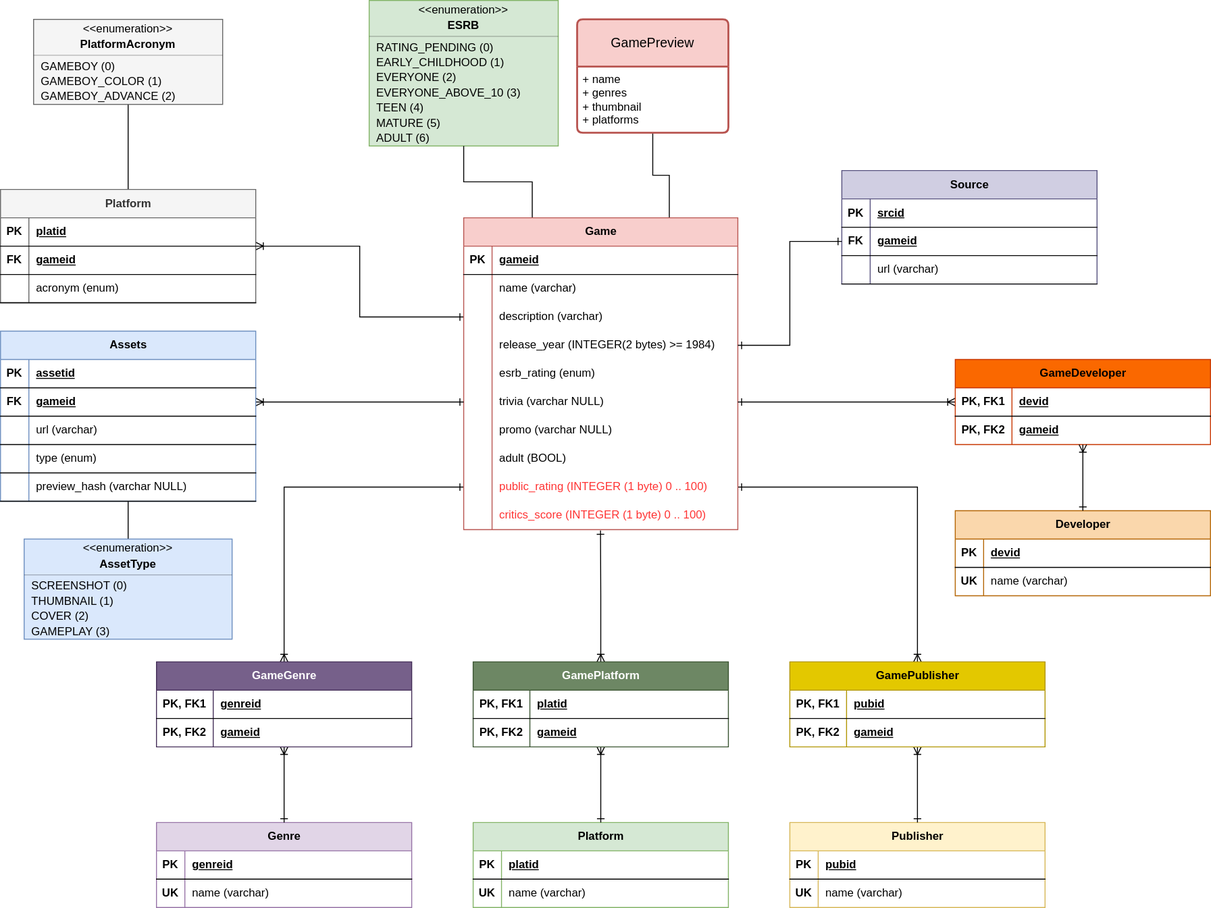
Earlier version of the draw.io export database/schema.svg (freitzzz/gameboy-db-api). Source tidied: cells renumbered, new cells last; positions are measured from the earlier drawing's top-left corner, leaving out a move shared by most shapes.
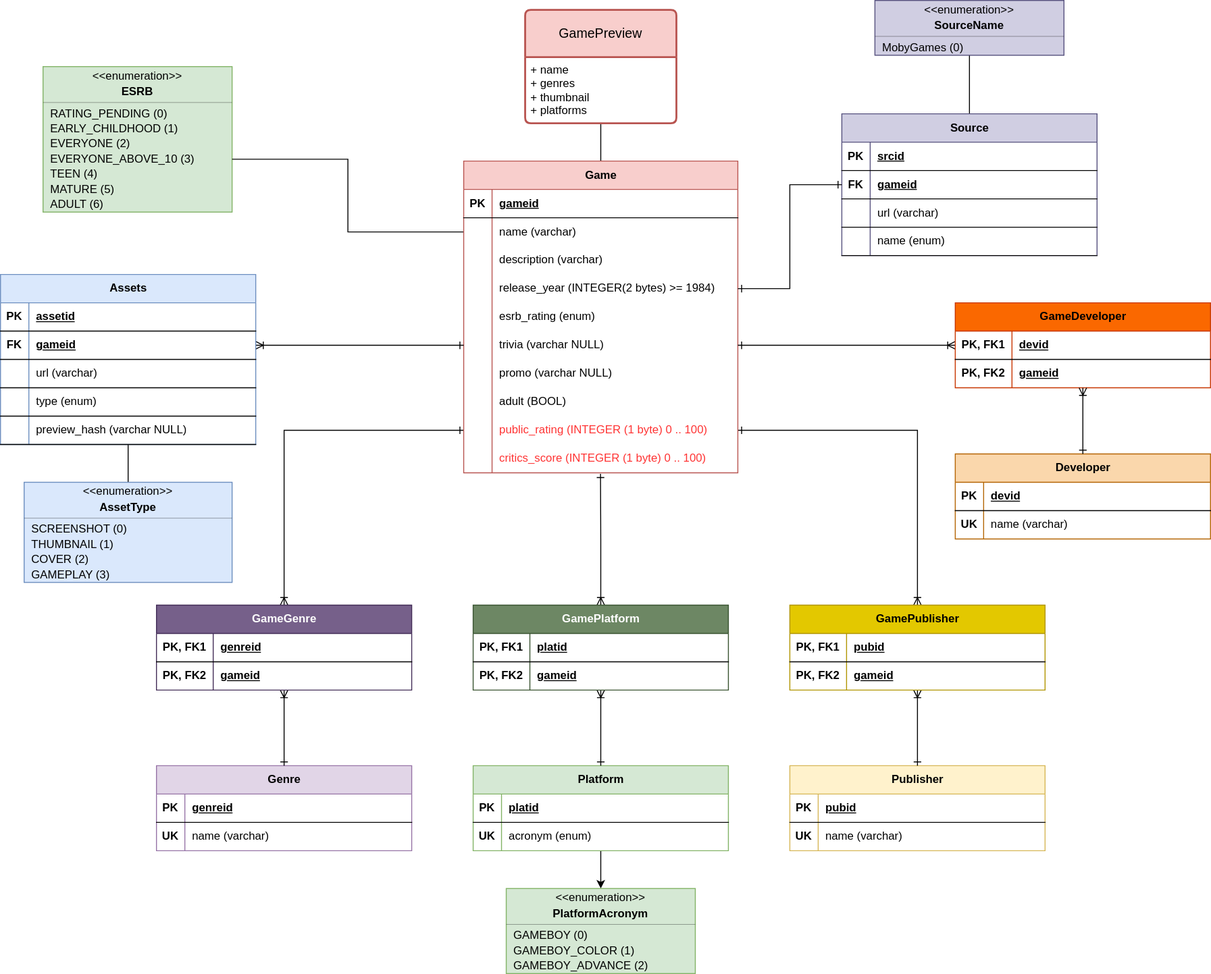
Above is the later version.

Commit message:
fix: remove duplicate table

Change to the diagram source:
```diff
@@ -23,6 +23,9 @@
     <mxCell id="8" value="name (varchar)" style="shape=partialRectangle;fillColor=none;top=0;left=0;bottom=0;right=0;align=left;spacingLeft=6;overflow=hidden;whiteSpace=wrap;html=1;" parent="6" vertex="1">
       <mxGeometry x="30" width="240" height="30" as="geometry" />
     </mxCell>
+    <mxCell id="168" style="edgeStyle=orthogonalEdgeStyle;rounded=0;jettySize=auto;html=1;entryX=0.5;entryY=0;entryDx=0;entryDy=0;" parent="1" edge="1" source="9" target="173">
+      <mxGeometry relative="1" as="geometry" />
+    </mxCell>
     <mxCell id="9" value="Platform" style="shape=table;startSize=30;rowLines=0;fontStyle=1;align=center;html=1;fillColor=#d5e8d4;strokeColor=#82b366;" parent="1" vertex="1">
       <mxGeometry x="500" y="870" width="270" height="90" as="geometry" />
     </mxCell>
@@ -41,7 +44,7 @@
     <mxCell id="14" value="&lt;span style=&quot;font-weight: 700;&quot;&gt;UK&lt;/span&gt;" style="shape=partialRectangle;fillColor=none;top=0;left=0;bottom=0;right=0;overflow=hidden;whiteSpace=wrap;html=1;" parent="13" vertex="1">
       <mxGeometry width="30" height="30" as="geometry" />
     </mxCell>
-    <mxCell id="15" value="name (varchar)" style="shape=partialRectangle;fillColor=none;top=0;left=0;bottom=0;right=0;align=left;spacingLeft=6;overflow=hidden;whiteSpace=wrap;html=1;" parent="13" vertex="1">
+    <mxCell id="15" value="acronym (enum)" style="shape=partialRectangle;fillColor=none;top=0;left=0;bottom=0;right=0;align=left;spacingLeft=6;overflow=hidden;whiteSpace=wrap;html=1;" parent="13" vertex="1">
       <mxGeometry x="30" width="240" height="30" as="geometry" />
     </mxCell>
     <mxCell id="16" value="Publisher" style="shape=table;startSize=30;rowLines=0;fontStyle=1;align=center;html=1;fillColor=#fff2cc;strokeColor=#d6b656;" parent="1" vertex="1">
@@ -151,7 +154,7 @@
       <mxGeometry x="60" width="210" height="30" as="geometry" />
     </mxCell>
     <mxCell id="50" style="fontStyle=1;align=center;verticalAlign=middle;horizontal=1;fillColor=#d5e8d4;strokeColor=#82b366;" parent="1" vertex="1">
-      <mxGeometry x="390" width="200" height="154" as="geometry" />
+      <mxGeometry x="45" y="130" width="200" height="154" as="geometry" />
     </mxCell>
     <mxCell id="51" value="&amp;lt;&amp;lt;enumeration&amp;gt;&amp;gt;" style="html=1;align=center;spacing=0;verticalAlign=middle;strokeColor=none;fillColor=none;whiteSpace=wrap;" parent="50" vertex="1">
       <mxGeometry width="200" height="20" as="geometry" />
@@ -183,68 +186,16 @@
     <mxCell id="60" value="ADULT (6)" style="html=1;align=left;spacing=0;spacingLeft=8;verticalAlign=middle;strokeColor=none;fillColor=none;whiteSpace=wrap;" parent="50" vertex="1">
       <mxGeometry y="138" width="200" height="16" as="geometry" />
     </mxCell>
-    <mxCell id="61" style="edgeStyle=orthogonalEdgeStyle;rounded=0;jettySize=auto;html=1;entryX=0;entryY=0.5;entryDx=0;entryDy=0;endArrow=ERone;endFill=0;startArrow=ERoneToMany;startFill=0;" parent="1" edge="1" source="63" target="89">
-      <mxGeometry relative="1" as="geometry" />
-    </mxCell>
-    <mxCell id="62" style="edgeStyle=orthogonalEdgeStyle;rounded=0;jettySize=auto;html=1;entryX=0.5;entryY=1;entryDx=0;entryDy=0;endArrow=none;startFill=0;" parent="1" edge="1" source="63" target="73">
-      <mxGeometry relative="1" as="geometry" />
-    </mxCell>
-    <mxCell id="63" value="Platform" style="shape=table;startSize=30;rowLines=0;fontStyle=1;align=center;html=1;fillColor=#f5f5f5;fontColor=#333333;strokeColor=#666666;" parent="1" vertex="1">
-      <mxGeometry y="200" width="270" height="120" as="geometry" />
-    </mxCell>
-    <mxCell id="64" style="shape=tableRow;horizontal=0;startSize=0;swimlaneHead=0;swimlaneBody=0;fillColor=none;top=0;left=0;right=0;bottom=1;" parent="63" vertex="1">
-      <mxGeometry y="30" width="270" height="30" as="geometry" />
-    </mxCell>
-    <mxCell id="65" value="PK" style="shape=partialRectangle;fillColor=none;top=0;left=0;bottom=0;right=0;fontStyle=1;overflow=hidden;whiteSpace=wrap;html=1;" parent="64" vertex="1">
-      <mxGeometry width="30" height="30" as="geometry" />
-    </mxCell>
-    <mxCell id="66" value="platid" style="shape=partialRectangle;fillColor=none;top=0;left=0;bottom=0;right=0;align=left;spacingLeft=6;fontStyle=5;overflow=hidden;whiteSpace=wrap;html=1;" parent="64" vertex="1">
-      <mxGeometry x="30" width="240" height="30" as="geometry" />
-    </mxCell>
-    <mxCell id="67" style="shape=tableRow;horizontal=0;startSize=0;swimlaneHead=0;swimlaneBody=0;fillColor=none;top=0;left=0;right=0;bottom=1;" parent="63" vertex="1">
-      <mxGeometry y="60" width="270" height="30" as="geometry" />
-    </mxCell>
-    <mxCell id="68" value="&lt;span style=&quot;font-weight: 700;&quot;&gt;FK&lt;/span&gt;" style="shape=partialRectangle;fillColor=none;top=0;left=0;bottom=0;right=0;overflow=hidden;whiteSpace=wrap;html=1;" parent="67" vertex="1">
-      <mxGeometry width="30" height="30" as="geometry" />
-    </mxCell>
-    <mxCell id="69" value="&lt;b&gt;&lt;u&gt;gameid&lt;/u&gt;&lt;/b&gt;" style="shape=partialRectangle;fillColor=none;top=0;left=0;bottom=0;right=0;align=left;spacingLeft=6;overflow=hidden;whiteSpace=wrap;html=1;" parent="67" vertex="1">
-      <mxGeometry x="30" width="240" height="30" as="geometry" />
-    </mxCell>
-    <mxCell id="70" style="shape=tableRow;horizontal=0;startSize=0;swimlaneHead=0;swimlaneBody=0;fillColor=none;top=0;left=0;right=0;bottom=1;" parent="63" vertex="1">
-      <mxGeometry y="90" width="270" height="30" as="geometry" />
-    </mxCell>
-    <mxCell id="71" style="shape=partialRectangle;fillColor=none;top=0;left=0;bottom=0;right=0;overflow=hidden;whiteSpace=wrap;html=1;" parent="70" vertex="1">
-      <mxGeometry width="30" height="30" as="geometry" />
-    </mxCell>
-    <mxCell id="72" value="acronym (enum)" style="shape=partialRectangle;fillColor=none;top=0;left=0;bottom=0;right=0;align=left;spacingLeft=6;overflow=hidden;whiteSpace=wrap;html=1;" parent="70" vertex="1">
-      <mxGeometry x="30" width="240" height="30" as="geometry" />
-    </mxCell>
-    <mxCell id="73" style="fontStyle=1;align=center;verticalAlign=middle;horizontal=1;fillColor=#f5f5f5;fontColor=#333333;strokeColor=#666666;" parent="1" vertex="1">
-      <mxGeometry x="35" y="20" width="200" height="90" as="geometry" />
-    </mxCell>
-    <mxCell id="74" value="&amp;lt;&amp;lt;enumeration&amp;gt;&amp;gt;" style="html=1;align=center;spacing=0;verticalAlign=middle;strokeColor=none;fillColor=none;whiteSpace=wrap;" parent="73" vertex="1">
-      <mxGeometry width="200" height="20" as="geometry" />
-    </mxCell>
-    <mxCell id="75" value="PlatformAcronym" style="html=1;align=center;spacing=0;verticalAlign=middle;strokeColor=none;fillColor=none;whiteSpace=wrap;fontStyle=1;" parent="73" vertex="1">
-      <mxGeometry y="20" width="200" height="14" as="geometry" />
-    </mxCell>
-    <mxCell id="76" style="line;strokeWidth=0.25;fillColor=none;align=left;verticalAlign=middle;spacingTop=-1;spacingLeft=3;spacingRight=3;labelPosition=right;" parent="73" vertex="1">
-      <mxGeometry y="34" width="200" height="8" as="geometry" />
-    </mxCell>
-    <mxCell id="77" value="GAMEBOY (0)" style="html=1;align=left;spacing=0;spacingLeft=8;verticalAlign=middle;strokeColor=none;fillColor=none;whiteSpace=wrap;" parent="73" vertex="1">
-      <mxGeometry y="42" width="200" height="16" as="geometry" />
-    </mxCell>
-    <mxCell id="78" value="GAMEBOY_COLOR (1)" style="html=1;align=left;spacing=0;spacingLeft=8;verticalAlign=middle;strokeColor=none;fillColor=none;whiteSpace=wrap;" parent="73" vertex="1">
-      <mxGeometry y="58" width="200" height="16" as="geometry" />
-    </mxCell>
-    <mxCell id="79" value="GAMEBOY_ADVANCE (2)" style="html=1;align=left;spacing=0;spacingLeft=8;verticalAlign=middle;strokeColor=none;fillColor=none;whiteSpace=wrap;" parent="73" vertex="1">
-      <mxGeometry y="74" width="200" height="16" as="geometry" />
-    </mxCell>
-    <mxCell id="80" style="edgeStyle=orthogonalEdgeStyle;rounded=0;jettySize=auto;html=1;exitX=0.25;exitY=0;exitDx=0;exitDy=0;entryX=0.5;entryY=1;entryDx=0;entryDy=0;endArrow=none;startFill=0;" parent="1" edge="1" source="82" target="60">
+    <mxCell id="80" style="edgeStyle=orthogonalEdgeStyle;rounded=0;jettySize=auto;html=1;exitX=0;exitY=0.5;exitDx=0;exitDy=0;entryX=1;entryY=0.5;entryDx=0;entryDy=0;endArrow=none;startFill=0;" parent="1" edge="1" source="86" target="57">
       <mxGeometry relative="1" as="geometry" />
     </mxCell>
-    <mxCell id="81" style="edgeStyle=orthogonalEdgeStyle;rounded=0;jettySize=auto;html=1;exitX=0.75;exitY=0;exitDx=0;exitDy=0;endArrow=none;startFill=0;" parent="1" edge="1" source="82" target="156">
-      <mxGeometry relative="1" as="geometry" />
+    <mxCell id="81" style="edgeStyle=orthogonalEdgeStyle;rounded=0;jettySize=auto;html=1;exitX=0.5;exitY=0;exitDx=0;exitDy=0;endArrow=none;startFill=0;entryX=0.5;entryY=1;entryDx=0;entryDy=0;" parent="1" edge="1" source="82" target="156">
+      <mxGeometry relative="1" as="geometry">
+        <Array as="points">
+          <mxPoint x="635" y="190" />
+          <mxPoint x="635" y="190" />
+        </Array>
+      </mxGeometry>
     </mxCell>
     <mxCell id="82" value="Game" style="shape=table;startSize=30;rowLines=0;fontStyle=1;align=center;html=1;fillColor=#f8cecc;strokeColor=#b85450;" parent="1" vertex="1">
       <mxGeometry x="490" y="230" width="290" height="330" as="geometry" />
@@ -471,13 +422,16 @@
       <mxGeometry y="90" width="220" height="16" as="geometry" />
     </mxCell>
     <mxCell id="155" value="GamePreview" style="swimlane;horizontal=1;startSize=50;rounded=1;fontSize=14;fontStyle=0;strokeWidth=2;shadow=0;dashed=0;align=center;arcSize=4;whiteSpace=wrap;html=1;fillColor=#f8cecc;strokeColor=#b85450;" parent="1" vertex="1">
-      <mxGeometry x="610" y="20" width="160" height="120" as="geometry" />
+      <mxGeometry x="555" y="70" width="160" height="120" as="geometry" />
     </mxCell>
     <mxCell id="156" value="+ name&lt;br&gt;+ genres&lt;br&gt;+ thumbnail&lt;div&gt;+ platforms&lt;/div&gt;" style="align=left;strokeColor=none;fillColor=none;spacingLeft=4;fontSize=12;verticalAlign=top;html=1;" parent="155" vertex="1">
       <mxGeometry y="50" width="160" height="70" as="geometry" />
     </mxCell>
+    <mxCell id="169" style="edgeStyle=orthogonalEdgeStyle;rounded=0;jettySize=auto;html=1;entryX=0.5;entryY=1;entryDx=0;entryDy=0;endArrow=none;startFill=0;" parent="1" edge="1" source="157" target="179">
+      <mxGeometry relative="1" as="geometry" />
+    </mxCell>
     <mxCell id="157" value="Source" style="shape=table;startSize=30;rowLines=0;fontStyle=1;align=center;html=1;fillColor=#d0cee2;strokeColor=#56517e;" parent="1" vertex="1">
-      <mxGeometry x="890" y="180" width="270" height="120" as="geometry" />
+      <mxGeometry x="890" y="180" width="270" height="150" as="geometry" />
     </mxCell>
     <mxCell id="158" style="shape=tableRow;horizontal=0;startSize=0;swimlaneHead=0;swimlaneBody=0;fillColor=none;top=0;left=0;right=0;bottom=1;" parent="157" vertex="1">
       <mxGeometry y="30" width="270" height="30" as="geometry" />
@@ -506,8 +460,53 @@
     <mxCell id="166" value="url (varchar)" style="shape=partialRectangle;fillColor=none;top=0;left=0;bottom=0;right=0;align=left;spacingLeft=6;overflow=hidden;whiteSpace=wrap;html=1;" parent="164" vertex="1">
       <mxGeometry x="30" width="240" height="30" as="geometry" />
     </mxCell>
+    <mxCell id="170" style="shape=tableRow;horizontal=0;startSize=0;swimlaneHead=0;swimlaneBody=0;fillColor=none;top=0;left=0;right=0;bottom=1;" parent="157" vertex="1">
+      <mxGeometry y="120" width="270" height="30" as="geometry" />
+    </mxCell>
+    <mxCell id="71" style="shape=partialRectangle;fillColor=none;top=0;left=0;bottom=0;right=0;overflow=hidden;whiteSpace=wrap;html=1;" parent="170" vertex="1">
+      <mxGeometry width="30" height="30" as="geometry" />
+    </mxCell>
+    <mxCell id="171" value="name (enum)" style="shape=partialRectangle;fillColor=none;top=0;left=0;bottom=0;right=0;align=left;spacingLeft=6;overflow=hidden;whiteSpace=wrap;html=1;" parent="170" vertex="1">
+      <mxGeometry x="30" width="240" height="30" as="geometry" />
+    </mxCell>
     <mxCell id="167" style="edgeStyle=orthogonalEdgeStyle;rounded=0;jettySize=auto;html=1;entryX=0;entryY=0.5;entryDx=0;entryDy=0;endArrow=ERone;endFill=0;startArrow=ERone;startFill=0;" parent="1" edge="1" source="92" target="161">
       <mxGeometry relative="1" as="geometry" />
     </mxCell>
+    <mxCell id="172" style="fontStyle=1;align=center;verticalAlign=middle;horizontal=1;fillColor=#d5e8d4;strokeColor=#82b366;" parent="1" vertex="1">
+      <mxGeometry x="535" y="1000" width="200" height="90" as="geometry" />
+    </mxCell>
+    <mxCell id="173" value="&amp;lt;&amp;lt;enumeration&amp;gt;&amp;gt;" style="html=1;align=center;spacing=0;verticalAlign=middle;strokeColor=none;fillColor=none;whiteSpace=wrap;" parent="172" vertex="1">
+      <mxGeometry width="200" height="20" as="geometry" />
+    </mxCell>
+    <mxCell id="75" value="PlatformAcronym" style="html=1;align=center;spacing=0;verticalAlign=middle;strokeColor=none;fillColor=none;whiteSpace=wrap;fontStyle=1;" parent="172" vertex="1">
+      <mxGeometry y="20" width="200" height="14" as="geometry" />
+    </mxCell>
+    <mxCell id="174" style="line;strokeWidth=0.25;fillColor=none;align=left;verticalAlign=middle;spacingTop=-1;spacingLeft=3;spacingRight=3;labelPosition=right;" parent="172" vertex="1">
+      <mxGeometry y="34" width="200" height="8" as="geometry" />
+    </mxCell>
+    <mxCell id="77" value="GAMEBOY (0)" style="html=1;align=left;spacing=0;spacingLeft=8;verticalAlign=middle;strokeColor=none;fillColor=none;whiteSpace=wrap;" parent="172" vertex="1">
+      <mxGeometry y="42" width="200" height="16" as="geometry" />
+    </mxCell>
+    <mxCell id="78" value="GAMEBOY_COLOR (1)" style="html=1;align=left;spacing=0;spacingLeft=8;verticalAlign=middle;strokeColor=none;fillColor=none;whiteSpace=wrap;" parent="172" vertex="1">
+      <mxGeometry y="58" width="200" height="16" as="geometry" />
+    </mxCell>
+    <mxCell id="79" value="GAMEBOY_ADVANCE (2)" style="html=1;align=left;spacing=0;spacingLeft=8;verticalAlign=middle;strokeColor=none;fillColor=none;whiteSpace=wrap;" parent="172" vertex="1">
+      <mxGeometry y="74" width="200" height="16" as="geometry" />
+    </mxCell>
+    <mxCell id="175" style="fontStyle=1;align=center;verticalAlign=middle;horizontal=1;fillColor=#d0cee2;strokeColor=#56517e;" parent="1" vertex="1">
+      <mxGeometry x="925" y="60" width="200" height="58" as="geometry" />
+    </mxCell>
+    <mxCell id="176" value="&amp;lt;&amp;lt;enumeration&amp;gt;&amp;gt;" style="html=1;align=center;spacing=0;verticalAlign=middle;strokeColor=none;fillColor=none;whiteSpace=wrap;" parent="175" vertex="1">
+      <mxGeometry width="200" height="20" as="geometry" />
+    </mxCell>
+    <mxCell id="177" value="SourceName" style="html=1;align=center;spacing=0;verticalAlign=middle;strokeColor=none;fillColor=none;whiteSpace=wrap;fontStyle=1;" parent="175" vertex="1">
+      <mxGeometry y="20" width="200" height="14" as="geometry" />
+    </mxCell>
+    <mxCell id="178" style="line;strokeWidth=0.25;fillColor=none;align=left;verticalAlign=middle;spacingTop=-1;spacingLeft=3;spacingRight=3;labelPosition=right;" parent="175" vertex="1">
+      <mxGeometry y="34" width="200" height="8" as="geometry" />
+    </mxCell>
+    <mxCell id="179" value="MobyGames (0)" style="html=1;align=left;spacing=0;spacingLeft=8;verticalAlign=middle;strokeColor=none;fillColor=none;whiteSpace=wrap;" parent="175" vertex="1">
+      <mxGeometry y="42" width="200" height="16" as="geometry" />
+    </mxCell>
   </root>
 </mxGraphModel>
```
